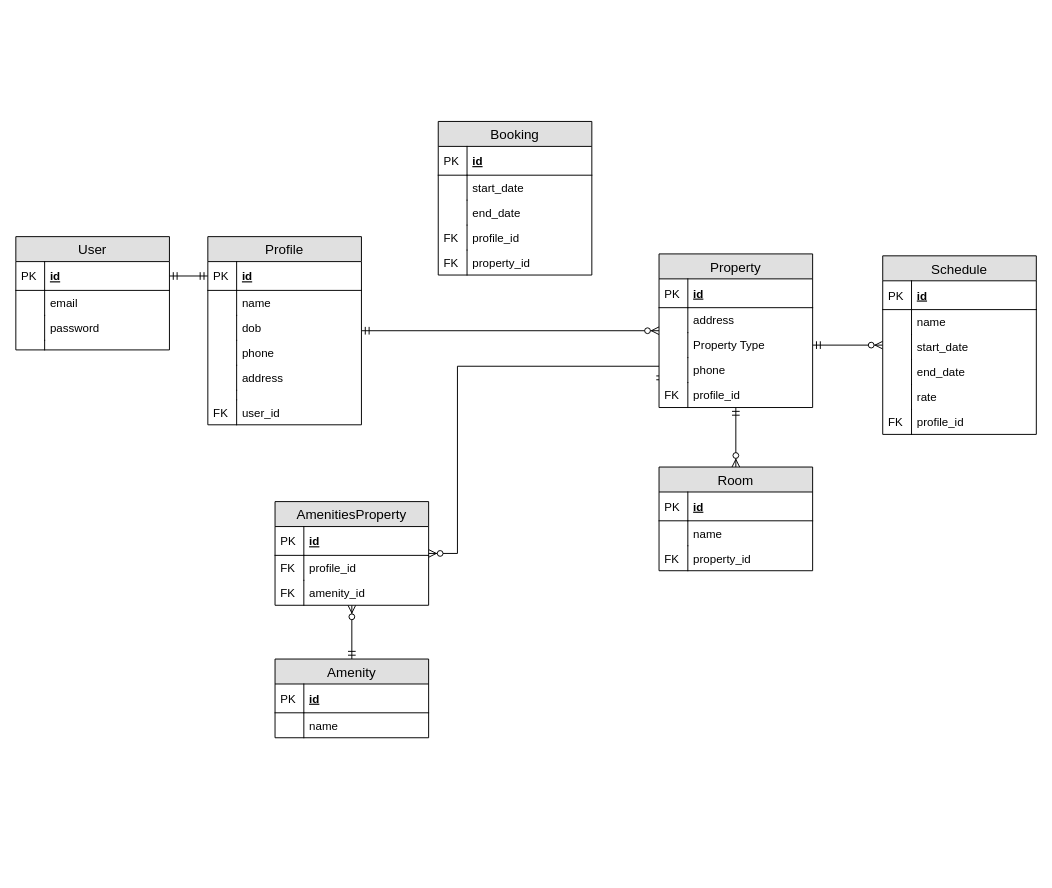
The draw.io diagram air-bnb-erd.drawio in hirengondhiya/HirenGondhiya_T2A1, before the edit. Source tidied: cells renumbered, new cells numbered last; positions are measured from the earlier drawing's top-left corner, leaving out a move shared by most shapes. Both pictures are drawn from the tidied source at 96%, with x=0, y=0 at pixel (15, 121).
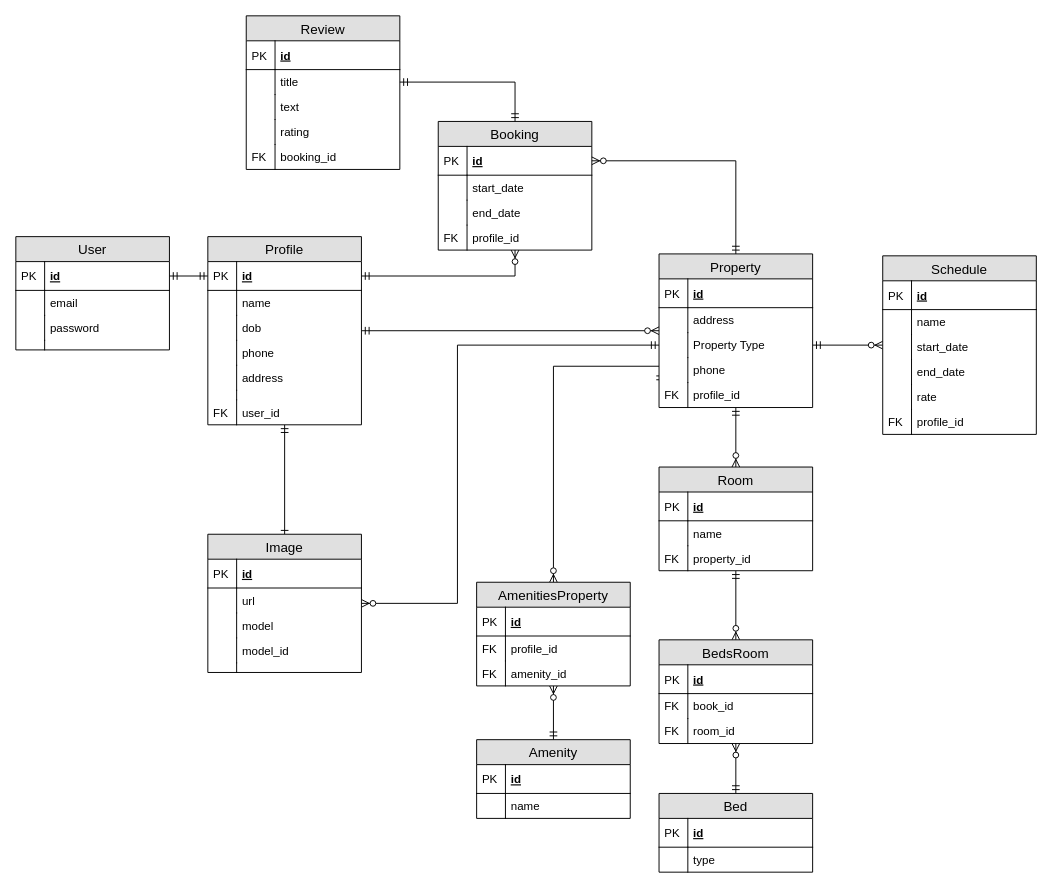
After the change.

Commit message:
added all the entities and relations

The change refers to these unchanged cells:
```xml
<mxCell id="13" value="Profile" style="swimlane;fontStyle=0;horizontal=1;startSize=26;fillColor=#e0e0e0;swimlaneFillColor=#ffffff;align=center;fontSize=14;" parent="1" vertex="1">
  <mxGeometry x="200" y="120" width="160" height="196" as="geometry" />
</mxCell>
<mxCell id="14" value="id" style="shape=partialRectangle;top=0;left=0;right=0;bottom=1;align=left;verticalAlign=middle;fillColor=none;spacingLeft=34;spacingRight=4;overflow=hidden;points=[[0,0.5],[1,0.5]];portConstraint=eastwest;fontStyle=5;fontSize=12;" parent="13" vertex="1">
  <mxGeometry y="26" width="160" height="30" as="geometry" />
</mxCell>
<mxCell id="57" value="Property" style="swimlane;fontStyle=0;horizontal=1;startSize=26;fillColor=#e0e0e0;swimlaneFillColor=#ffffff;align=center;fontSize=14;" parent="1" vertex="1">
  <mxGeometry x="670" y="138" width="160" height="160" as="geometry" />
</mxCell>
<mxCell id="62" value="Property Type" style="shape=partialRectangle;top=0;left=0;right=0;bottom=0;align=left;verticalAlign=top;fillColor=none;spacingLeft=34;spacingRight=4;overflow=hidden;points=[[0,0.5],[1,0.5]];portConstraint=eastwest;fontSize=12;" parent="57" vertex="1">
  <mxGeometry y="82" width="160" height="26" as="geometry" />
</mxCell>
<mxCell id="66" value="profile_id" style="shape=partialRectangle;top=0;left=0;right=0;bottom=0;align=left;verticalAlign=top;fillColor=none;spacingLeft=34;spacingRight=4;overflow=hidden;points=[[0,0.5],[1,0.5]];portConstraint=eastwest;fontSize=12;" parent="57" vertex="1">
  <mxGeometry y="134" width="160" height="26" as="geometry" />
</mxCell>
<mxCell id="68" value="Room" style="swimlane;fontStyle=0;horizontal=1;startSize=26;fillColor=#e0e0e0;swimlaneFillColor=#ffffff;align=center;fontSize=14;" parent="1" vertex="1">
  <mxGeometry x="670" y="360" width="160" height="108" as="geometry" />
</mxCell>
<mxCell id="76" value="id" style="shape=partialRectangle;top=0;left=0;right=0;bottom=1;align=left;verticalAlign=middle;fillColor=none;spacingLeft=34;spacingRight=4;overflow=hidden;points=[[0,0.5],[1,0.5]];portConstraint=eastwest;fontStyle=5;fontSize=12;" parent="75" vertex="1">
  <mxGeometry y="26" width="160" height="30" as="geometry" />
</mxCell>
```

What changed in the source:
```diff
@@
+    <mxCell id="86" style="edgeStyle=orthogonalEdgeStyle;rounded=0;jettySize=auto;html=1;entryX=0.5;entryY=0;entryDx=0;entryDy=0;startArrow=ERmandOne;startFill=0;endArrow=ERone;endFill=0;" parent="1" edge="1" source="13" target="102">
+      <mxGeometry relative="1" as="geometry" />
+    </mxCell>
@@
     <mxCell id="43" style="edgeStyle=orthogonalEdgeStyle;rounded=0;jettySize=auto;html=1;entryX=0.007;entryY=0.042;entryDx=0;entryDy=0;entryPerimeter=0;startArrow=ERzeroToMany;startFill=1;endArrow=ERmandOne;endFill=0;" parent="1" edge="1" source="44" target="66">
       <mxGeometry relative="1" as="geometry">
         <Array as="points">
-          <mxPoint x="460" y="450" />
-          <mxPoint x="460" y="255" />
+          <mxPoint x="560" y="255" />
+          <mxPoint x="671" y="255" />
         </Array>
       </mxGeometry>
     </mxCell>
     <mxCell id="44" value="AmenitiesProperty" style="swimlane;fontStyle=0;horizontal=1;startSize=26;fillColor=#e0e0e0;swimlaneFillColor=#ffffff;align=center;fontSize=14;" parent="1" vertex="1">
-      <mxGeometry x="270" y="396" width="160" height="108" as="geometry" />
+      <mxGeometry x="480" y="480" width="160" height="108" as="geometry" />
     </mxCell>
@@
     <mxCell id="51" value="Amenity" style="swimlane;fontStyle=0;horizontal=1;startSize=26;fillColor=#e0e0e0;swimlaneFillColor=#ffffff;align=center;fontSize=14;" parent="1" vertex="1">
-      <mxGeometry x="270" y="560" width="160" height="82" as="geometry" />
+      <mxGeometry x="480" y="644" width="160" height="82" as="geometry" />
     </mxCell>
@@
+    <mxCell id="87" style="edgeStyle=orthogonalEdgeStyle;rounded=0;jettySize=auto;html=1;entryX=0.5;entryY=0;entryDx=0;entryDy=0;startArrow=ERmandOne;startFill=0;endArrow=ERzeroToMany;endFill=1;" parent="1" edge="1" source="68" target="113">
+      <mxGeometry relative="1" as="geometry" />
+    </mxCell>
@@
     <mxCell id="75" value="Booking" style="swimlane;fontStyle=0;horizontal=1;startSize=26;fillColor=#e0e0e0;swimlaneFillColor=#ffffff;align=center;fontSize=14;" parent="1" vertex="1">
-      <mxGeometry x="440" width="160" height="160" as="geometry" />
+      <mxGeometry x="440" width="160" height="134" as="geometry" />
     </mxCell>
@@
-    <mxCell id="84" value="property_id" style="shape=partialRectangle;top=0;left=0;right=0;bottom=0;align=left;verticalAlign=top;fillColor=none;spacingLeft=34;spacingRight=4;overflow=hidden;fontSize=12;" parent="75" vertex="1">
-      <mxGeometry y="134" width="160" height="26" as="geometry" />
-    </mxCell>
-    <mxCell id="85" value="FK" style="shape=partialRectangle;top=0;left=0;bottom=0;fillColor=none;align=left;verticalAlign=top;spacingLeft=4;spacingRight=4;overflow=hidden;fontSize=12;" parent="84" vertex="1">
-      <mxGeometry width="30" height="26" as="geometry" />
-    </mxCell>
+    <mxCell id="88" style="edgeStyle=orthogonalEdgeStyle;rounded=0;jettySize=auto;html=1;entryX=0.5;entryY=0;entryDx=0;entryDy=0;startArrow=ERzeroToMany;startFill=1;endArrow=ERmandOne;endFill=0;" parent="1" edge="1" source="76" target="57">
+      <mxGeometry relative="1" as="geometry" />
+    </mxCell>
+    <mxCell id="89" value="Review" style="swimlane;fontStyle=0;horizontal=1;startSize=26;fillColor=#e0e0e0;swimlaneFillColor=#ffffff;align=center;fontSize=14;" parent="1" vertex="1">
+      <mxGeometry x="240" y="-110" width="160" height="160" as="geometry" />
+    </mxCell>
+    <mxCell id="90" value="id" style="shape=partialRectangle;top=0;left=0;right=0;bottom=1;align=left;verticalAlign=middle;fillColor=none;spacingLeft=34;spacingRight=4;overflow=hidden;fontStyle=5;fontSize=12;" parent="89" vertex="1">
+      <mxGeometry y="26" width="160" height="30" as="geometry" />
+    </mxCell>
+    <mxCell id="91" value="PK" style="shape=partialRectangle;top=0;left=0;bottom=0;fillColor=none;align=left;verticalAlign=middle;spacingLeft=4;spacingRight=4;overflow=hidden;fontSize=12;" parent="90" vertex="1">
+      <mxGeometry width="30" height="30" as="geometry" />
+    </mxCell>
+    <mxCell id="92" value="title" style="shape=partialRectangle;top=0;left=0;right=0;bottom=0;align=left;verticalAlign=top;fillColor=none;spacingLeft=34;spacingRight=4;overflow=hidden;points=[[0,0.5],[1,0.5]];portConstraint=eastwest;fontSize=12;" parent="89" vertex="1">
+      <mxGeometry y="56" width="160" height="26" as="geometry" />
+    </mxCell>
+    <mxCell id="93" style="shape=partialRectangle;top=0;left=0;bottom=0;fillColor=none;align=left;verticalAlign=top;spacingLeft=4;spacingRight=4;overflow=hidden;fontSize=12;" parent="92" vertex="1">
+      <mxGeometry width="30" height="26" as="geometry" />
+    </mxCell>
+    <mxCell id="94" value="text" style="shape=partialRectangle;top=0;left=0;right=0;bottom=0;align=left;verticalAlign=top;fillColor=none;spacingLeft=34;spacingRight=4;overflow=hidden;fontSize=12;" parent="89" vertex="1">
+      <mxGeometry y="82" width="160" height="26" as="geometry" />
+    </mxCell>
+    <mxCell id="95" style="shape=partialRectangle;top=0;left=0;bottom=0;fillColor=none;align=left;verticalAlign=top;spacingLeft=4;spacingRight=4;overflow=hidden;fontSize=12;" parent="94" vertex="1">
+      <mxGeometry width="30" height="26" as="geometry" />
+    </mxCell>
+    <mxCell id="96" value="rating" style="shape=partialRectangle;top=0;left=0;right=0;bottom=0;align=left;verticalAlign=top;fillColor=none;spacingLeft=34;spacingRight=4;overflow=hidden;fontSize=12;" parent="89" vertex="1">
+      <mxGeometry y="108" width="160" height="26" as="geometry" />
+    </mxCell>
+    <mxCell id="97" style="shape=partialRectangle;top=0;left=0;bottom=0;fillColor=none;align=left;verticalAlign=top;spacingLeft=4;spacingRight=4;overflow=hidden;fontSize=12;" parent="96" vertex="1">
+      <mxGeometry width="30" height="26" as="geometry" />
+    </mxCell>
+    <mxCell id="98" value="booking_id" style="shape=partialRectangle;top=0;left=0;right=0;bottom=0;align=left;verticalAlign=top;fillColor=none;spacingLeft=34;spacingRight=4;overflow=hidden;fontSize=12;" parent="89" vertex="1">
+      <mxGeometry y="134" width="160" height="26" as="geometry" />
+    </mxCell>
+    <mxCell id="99" value="FK" style="shape=partialRectangle;top=0;left=0;bottom=0;fillColor=none;align=left;verticalAlign=top;spacingLeft=4;spacingRight=4;overflow=hidden;fontSize=12;" parent="98" vertex="1">
+      <mxGeometry width="30" height="26" as="geometry" />
+    </mxCell>
+    <mxCell id="100" style="edgeStyle=orthogonalEdgeStyle;rounded=0;jettySize=auto;html=1;entryX=0.5;entryY=0;entryDx=0;entryDy=0;startArrow=ERmandOne;startFill=0;endArrow=ERmandOne;endFill=0;" parent="1" edge="1" source="92" target="75">
+      <mxGeometry relative="1" as="geometry" />
+    </mxCell>
+    <mxCell id="101" style="edgeStyle=orthogonalEdgeStyle;rounded=0;jettySize=auto;html=1;startArrow=ERzeroToMany;startFill=1;endArrow=ERmandOne;endFill=0;" parent="1" edge="1" source="102" target="62">
+      <mxGeometry relative="1" as="geometry">
+        <Array as="points">
+          <mxPoint x="460" y="502" />
+          <mxPoint x="460" y="233" />
+        </Array>
+      </mxGeometry>
+    </mxCell>
+    <mxCell id="102" value="Image" style="swimlane;fontStyle=0;horizontal=1;startSize=26;fillColor=#e0e0e0;swimlaneFillColor=#ffffff;align=center;fontSize=14;" parent="1" vertex="1">
+      <mxGeometry x="200" y="430" width="160" height="144" as="geometry" />
+    </mxCell>
+    <mxCell id="103" value="id" style="shape=partialRectangle;top=0;left=0;right=0;bottom=1;align=left;verticalAlign=middle;fillColor=none;spacingLeft=34;spacingRight=4;overflow=hidden;fontStyle=5;fontSize=12;" parent="102" vertex="1">
+      <mxGeometry y="26" width="160" height="30" as="geometry" />
+    </mxCell>
+    <mxCell id="104" value="PK" style="shape=partialRectangle;top=0;left=0;bottom=0;fillColor=none;align=left;verticalAlign=middle;spacingLeft=4;spacingRight=4;overflow=hidden;fontSize=12;" parent="103" vertex="1">
+      <mxGeometry width="30" height="30" as="geometry" />
+    </mxCell>
+    <mxCell id="105" value="url" style="shape=partialRectangle;top=0;left=0;right=0;bottom=0;align=left;verticalAlign=top;fillColor=none;spacingLeft=34;spacingRight=4;overflow=hidden;fontSize=12;" parent="102" vertex="1">
+      <mxGeometry y="56" width="160" height="26" as="geometry" />
+    </mxCell>
+    <mxCell id="106" style="shape=partialRectangle;top=0;left=0;bottom=0;fillColor=none;align=left;verticalAlign=top;spacingLeft=4;spacingRight=4;overflow=hidden;fontSize=12;" parent="105" vertex="1">
+      <mxGeometry width="30" height="26" as="geometry" />
+    </mxCell>
+    <mxCell id="107" value="model" style="shape=partialRectangle;top=0;left=0;right=0;bottom=0;align=left;verticalAlign=top;fillColor=none;spacingLeft=34;spacingRight=4;overflow=hidden;fontSize=12;" parent="102" vertex="1">
+      <mxGeometry y="82" width="160" height="26" as="geometry" />
+    </mxCell>
+    <mxCell id="108" style="shape=partialRectangle;top=0;left=0;bottom=0;fillColor=none;align=left;verticalAlign=top;spacingLeft=4;spacingRight=4;overflow=hidden;fontSize=12;" parent="107" vertex="1">
+      <mxGeometry width="30" height="26" as="geometry" />
+    </mxCell>
+    <mxCell id="109" value="model_id" style="shape=partialRectangle;top=0;left=0;right=0;bottom=0;align=left;verticalAlign=top;fillColor=none;spacingLeft=34;spacingRight=4;overflow=hidden;fontSize=12;" parent="102" vertex="1">
+      <mxGeometry y="108" width="160" height="26" as="geometry" />
+    </mxCell>
+    <mxCell id="110" style="shape=partialRectangle;top=0;left=0;bottom=0;fillColor=none;align=left;verticalAlign=top;spacingLeft=4;spacingRight=4;overflow=hidden;fontSize=12;" parent="109" vertex="1">
+      <mxGeometry width="30" height="26" as="geometry" />
+    </mxCell>
+    <mxCell id="111" style="shape=partialRectangle;top=0;left=0;right=0;bottom=0;align=left;verticalAlign=top;fillColor=none;spacingLeft=34;spacingRight=4;overflow=hidden;fontSize=12;" parent="102" vertex="1">
+      <mxGeometry y="134" width="160" height="10" as="geometry" />
+    </mxCell>
+    <mxCell id="112" style="shape=partialRectangle;top=0;left=0;bottom=0;fillColor=none;align=left;verticalAlign=top;spacingLeft=4;spacingRight=4;overflow=hidden;fontSize=12;" parent="111" vertex="1">
+      <mxGeometry width="30" height="10" as="geometry" />
+    </mxCell>
+    <mxCell id="113" value="BedsRoom" style="swimlane;fontStyle=0;horizontal=1;startSize=26;fillColor=#e0e0e0;swimlaneFillColor=#ffffff;align=center;fontSize=14;" parent="1" vertex="1">
+      <mxGeometry x="670" y="540" width="160" height="108" as="geometry" />
+    </mxCell>
+    <mxCell id="114" value="id" style="shape=partialRectangle;top=0;left=0;right=0;bottom=1;align=left;verticalAlign=middle;fillColor=none;spacingLeft=34;spacingRight=4;overflow=hidden;fontStyle=5;fontSize=12;" parent="113" vertex="1">
+      <mxGeometry y="26" width="160" height="30" as="geometry" />
+    </mxCell>
+    <mxCell id="115" value="PK" style="shape=partialRectangle;top=0;left=0;bottom=0;fillColor=none;align=left;verticalAlign=middle;spacingLeft=4;spacingRight=4;overflow=hidden;fontSize=12;" parent="114" vertex="1">
+      <mxGeometry width="30" height="30" as="geometry" />
+    </mxCell>
+    <mxCell id="116" value="book_id" style="shape=partialRectangle;top=0;left=0;right=0;bottom=0;align=left;verticalAlign=top;fillColor=none;spacingLeft=34;spacingRight=4;overflow=hidden;fontSize=12;" parent="113" vertex="1">
+      <mxGeometry y="56" width="160" height="26" as="geometry" />
+    </mxCell>
+    <mxCell id="117" value="FK" style="shape=partialRectangle;top=0;left=0;bottom=0;fillColor=none;align=left;verticalAlign=top;spacingLeft=4;spacingRight=4;overflow=hidden;fontSize=12;" parent="116" vertex="1">
+      <mxGeometry width="30" height="26" as="geometry" />
+    </mxCell>
+    <mxCell id="118" value="room_id" style="shape=partialRectangle;top=0;left=0;right=0;bottom=0;align=left;verticalAlign=top;fillColor=none;spacingLeft=34;spacingRight=4;overflow=hidden;fontSize=12;" parent="113" vertex="1">
+      <mxGeometry y="82" width="160" height="26" as="geometry" />
+    </mxCell>
+    <mxCell id="119" value="FK" style="shape=partialRectangle;top=0;left=0;bottom=0;fillColor=none;align=left;verticalAlign=top;spacingLeft=4;spacingRight=4;overflow=hidden;fontSize=12;" parent="118" vertex="1">
+      <mxGeometry width="30" height="26" as="geometry" />
+    </mxCell>
+    <mxCell id="120" style="edgeStyle=orthogonalEdgeStyle;rounded=0;jettySize=auto;html=1;startArrow=ERmandOne;startFill=0;endArrow=ERzeroToMany;endFill=1;" parent="1" edge="1" source="121" target="113">
+      <mxGeometry relative="1" as="geometry" />
+    </mxCell>
+    <mxCell id="121" value="Bed" style="swimlane;fontStyle=0;horizontal=1;startSize=26;fillColor=#e0e0e0;swimlaneFillColor=#ffffff;align=center;fontSize=14;" parent="1" vertex="1">
+      <mxGeometry x="670" y="700" width="160" height="82" as="geometry" />
+    </mxCell>
+    <mxCell id="122" value="id" style="shape=partialRectangle;top=0;left=0;right=0;bottom=1;align=left;verticalAlign=middle;fillColor=none;spacingLeft=34;spacingRight=4;overflow=hidden;fontStyle=5;fontSize=12;" parent="121" vertex="1">
+      <mxGeometry y="26" width="160" height="30" as="geometry" />
+    </mxCell>
+    <mxCell id="123" value="PK" style="shape=partialRectangle;top=0;left=0;bottom=0;fillColor=none;align=left;verticalAlign=middle;spacingLeft=4;spacingRight=4;overflow=hidden;fontSize=12;" parent="122" vertex="1">
+      <mxGeometry width="30" height="30" as="geometry" />
+    </mxCell>
+    <mxCell id="124" value="type" style="shape=partialRectangle;top=0;left=0;right=0;bottom=0;align=left;verticalAlign=top;fillColor=none;spacingLeft=34;spacingRight=4;overflow=hidden;fontSize=12;" parent="121" vertex="1">
+      <mxGeometry y="56" width="160" height="26" as="geometry" />
+    </mxCell>
+    <mxCell id="125" style="shape=partialRectangle;top=0;left=0;bottom=0;fillColor=none;align=left;verticalAlign=top;spacingLeft=4;spacingRight=4;overflow=hidden;fontSize=12;" parent="124" vertex="1">
+      <mxGeometry width="30" height="26" as="geometry" />
+    </mxCell>
+    <mxCell id="126" style="edgeStyle=orthogonalEdgeStyle;rounded=0;jettySize=auto;html=1;startArrow=ERmandOne;startFill=0;endArrow=ERzeroToMany;endFill=1;" parent="1" edge="1" source="14" target="75">
+      <mxGeometry relative="1" as="geometry" />
+    </mxCell>
```
